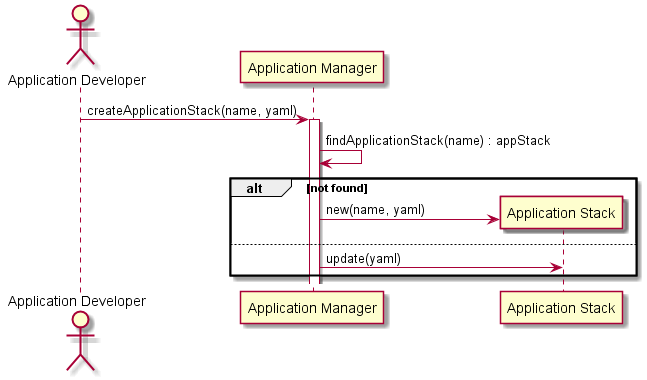
This is docs/UseCases/Manage-Application-Stack/CreateApplicationStack.png from CAADE/C3, a PlantUML export, as it was before one commit.
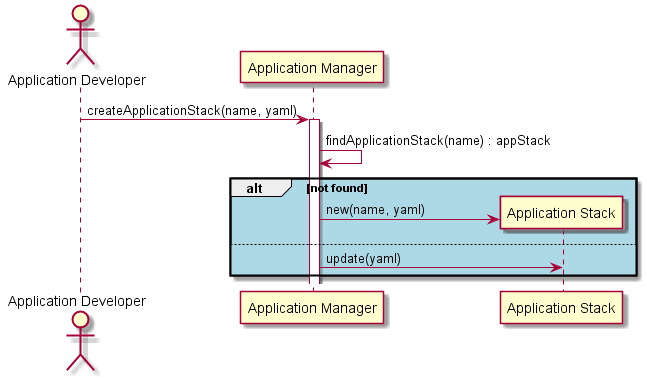
After the commit.

The edit, as a diff of the source:
```diff
@@ -4,7 +4,7 @@
 "Application Developer" -> "Application Manager" : createApplicationStack(name, yaml)
 activate "Application Manager"
 "Application Manager" -> "Application Manager" :findApplicationStack(name) : appStack
-alt not found
+alt #lightblue not found
 create "Application Stack"
 "Application Manager" -> "Application Stack" : new(name, yaml)
 else
```
